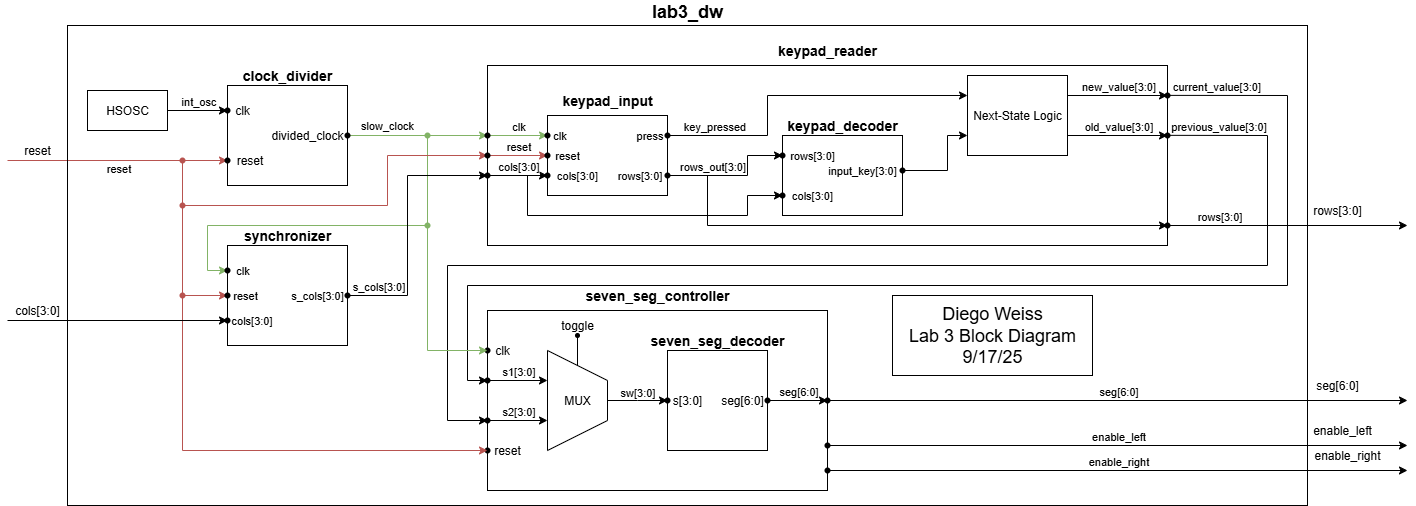
Above: images/lab3/blockdiagram.png in diego2317/E155-Portfolio (draw.io), before the change. Source tidied: cells renumbered, new cells last; positions are measured from the earlier drawing's top-left corner, leaving out a move shared by most shapes.
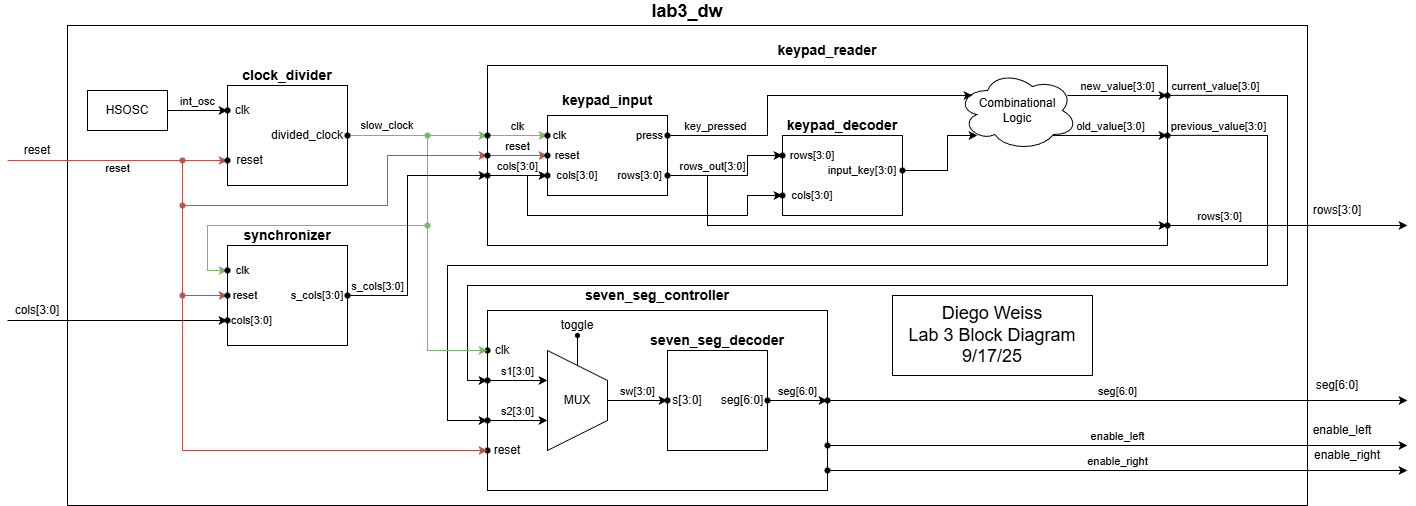
Above is the later version.

The edit, as a diff of the source:
```diff
@@ -2,6 +2,9 @@
   <root>
     <mxCell id="0" />
     <mxCell id="1" parent="0" />
+    <mxCell id="108" value="lab3_dw" style="rounded=0;whiteSpace=wrap;html=1;fillColor=none;labelPosition=center;verticalLabelPosition=top;align=center;verticalAlign=bottom;fontSize=18;fontStyle=1;" parent="1" vertex="1">
+      <mxGeometry x="60" width="1240" height="480" as="geometry" />
+    </mxCell>
     <mxCell id="2" style="rounded=0;whiteSpace=wrap;html=1;fillColor=none;" parent="1" vertex="1">
       <mxGeometry x="480" y="285" width="340" height="180" as="geometry" />
     </mxCell>
@@ -155,9 +158,10 @@
     <mxCell id="39" value="input_key[3:0]" style="text;html=1;align=center;verticalAlign=middle;whiteSpace=wrap;rounded=0;fontSize=11;" parent="1" vertex="1">
       <mxGeometry x="815" y="135" width="80" height="20" as="geometry" />
     </mxCell>
-    <mxCell id="40" style="endArrow=classic;html=1;rounded=0;verticalAlign=bottom;entryX=0;entryY=0.75;entryDx=0;entryDy=0;" parent="1" edge="1" target="59">
+    <mxCell id="40" style="endArrow=classic;html=1;rounded=0;verticalAlign=bottom;" parent="1" edge="1">
       <mxGeometry x="-0.58" relative="1" as="geometry">
         <mxPoint x="895" y="145" as="sourcePoint" />
+        <mxPoint x="970" y="110" as="targetPoint" />
         <Array as="points">
           <mxPoint x="940" y="145" />
           <mxPoint x="940" y="110" />
@@ -170,8 +174,9 @@
     <mxCell id="42" style="rounded=0;whiteSpace=wrap;html=1;fillColor=none;" parent="1" vertex="1">
       <mxGeometry x="540" y="90" width="120" height="80" as="geometry" />
     </mxCell>
-    <mxCell id="43" value="key_pressed" style="endArrow=classic;html=1;rounded=0;verticalAlign=bottom;exitDx=0;exitDy=0;entryX=0;entryY=0.25;entryDx=0;entryDy=0;" parent="1" edge="1" source="51" target="59">
+    <mxCell id="43" value="key_pressed" style="endArrow=classic;html=1;rounded=0;verticalAlign=bottom;exitDx=0;exitDy=0;" parent="1" edge="1" source="51">
       <mxGeometry x="-0.72" relative="1" as="geometry">
+        <mxPoint x="965" y="70" as="targetPoint" />
         <Array as="points">
           <mxPoint x="760" y="110" />
           <mxPoint x="760" y="70" />
@@ -235,16 +240,15 @@
     <mxCell id="58" value="keypad_input" style="text;html=1;align=center;verticalAlign=middle;whiteSpace=wrap;rounded=0;fontStyle=1;fontSize=14;" parent="1" vertex="1">
       <mxGeometry x="550" y="60" width="100" height="30" as="geometry" />
     </mxCell>
-    <mxCell id="59" value="Next-State Logic" style="rounded=0;whiteSpace=wrap;html=1;fillColor=none;" parent="1" vertex="1">
-      <mxGeometry x="960" y="50" width="100" height="80" as="geometry" />
-    </mxCell>
-    <mxCell id="60" value="new_value[3:0]" style="endArrow=classic;html=1;rounded=0;exitX=1;exitY=0.25;exitDx=0;exitDy=0;verticalAlign=bottom;" parent="1" edge="1" source="59">
+    <mxCell id="60" value="new_value[3:0]" style="endArrow=classic;html=1;rounded=0;exitX=1;exitY=0.25;exitDx=0;exitDy=0;verticalAlign=bottom;" parent="1" edge="1">
       <mxGeometry relative="1" as="geometry">
+        <mxPoint x="1060" y="70" as="sourcePoint" />
         <mxPoint x="1160" y="70" as="targetPoint" />
       </mxGeometry>
     </mxCell>
-    <mxCell id="61" value="old_value[3:0]" style="endArrow=classic;html=1;rounded=0;exitX=1;exitY=0.75;exitDx=0;exitDy=0;verticalAlign=bottom;" parent="1" edge="1" source="59">
+    <mxCell id="61" value="old_value[3:0]" style="endArrow=classic;html=1;rounded=0;verticalAlign=bottom;" parent="1" edge="1">
       <mxGeometry relative="1" as="geometry">
+        <mxPoint x="1045" y="110" as="sourcePoint" />
         <mxPoint x="1160" y="110" as="targetPoint" />
       </mxGeometry>
     </mxCell>
@@ -430,9 +434,6 @@
     <mxCell id="107" style="shape=waypoint;sketch=0;fillStyle=solid;size=6;points=[];fillColor=#d5e8d4;perimeter=centerPerimeter;snapToPoint=1;strokeColor=#82b366;" parent="1" vertex="1">
       <mxGeometry x="410" y="100" width="20" height="20" as="geometry" />
     </mxCell>
-    <mxCell id="108" value="lab3_dw" style="rounded=0;whiteSpace=wrap;html=1;fillColor=none;labelPosition=center;verticalLabelPosition=top;align=center;verticalAlign=bottom;fontSize=18;fontStyle=1;" parent="1" vertex="1">
-      <mxGeometry x="60" width="1240" height="480" as="geometry" />
-    </mxCell>
     <mxCell id="109" value="reset" style="text;html=1;align=center;verticalAlign=middle;whiteSpace=wrap;rounded=0;" parent="1" vertex="1">
       <mxGeometry y="110" width="60" height="30" as="geometry" />
     </mxCell>
@@ -457,5 +458,8 @@
     <mxCell id="116" value="&lt;font style=&quot;font-size: 14px;&quot;&gt;&lt;b&gt;synchronizer&lt;/b&gt;&lt;/font&gt;" style="text;html=1;align=center;verticalAlign=middle;whiteSpace=wrap;rounded=0;" parent="1" vertex="1">
       <mxGeometry x="250" y="195" width="60" height="30" as="geometry" />
     </mxCell>
+    <mxCell id="117" value="Combinational&lt;div&gt;Logic&lt;/div&gt;" style="ellipse;shape=cloud;whiteSpace=wrap;html=1;fillColor=none;" parent="1" vertex="1">
+      <mxGeometry x="950" y="45" width="120" height="80" as="geometry" />
+    </mxCell>
   </root>
 </mxGraphModel>
```
